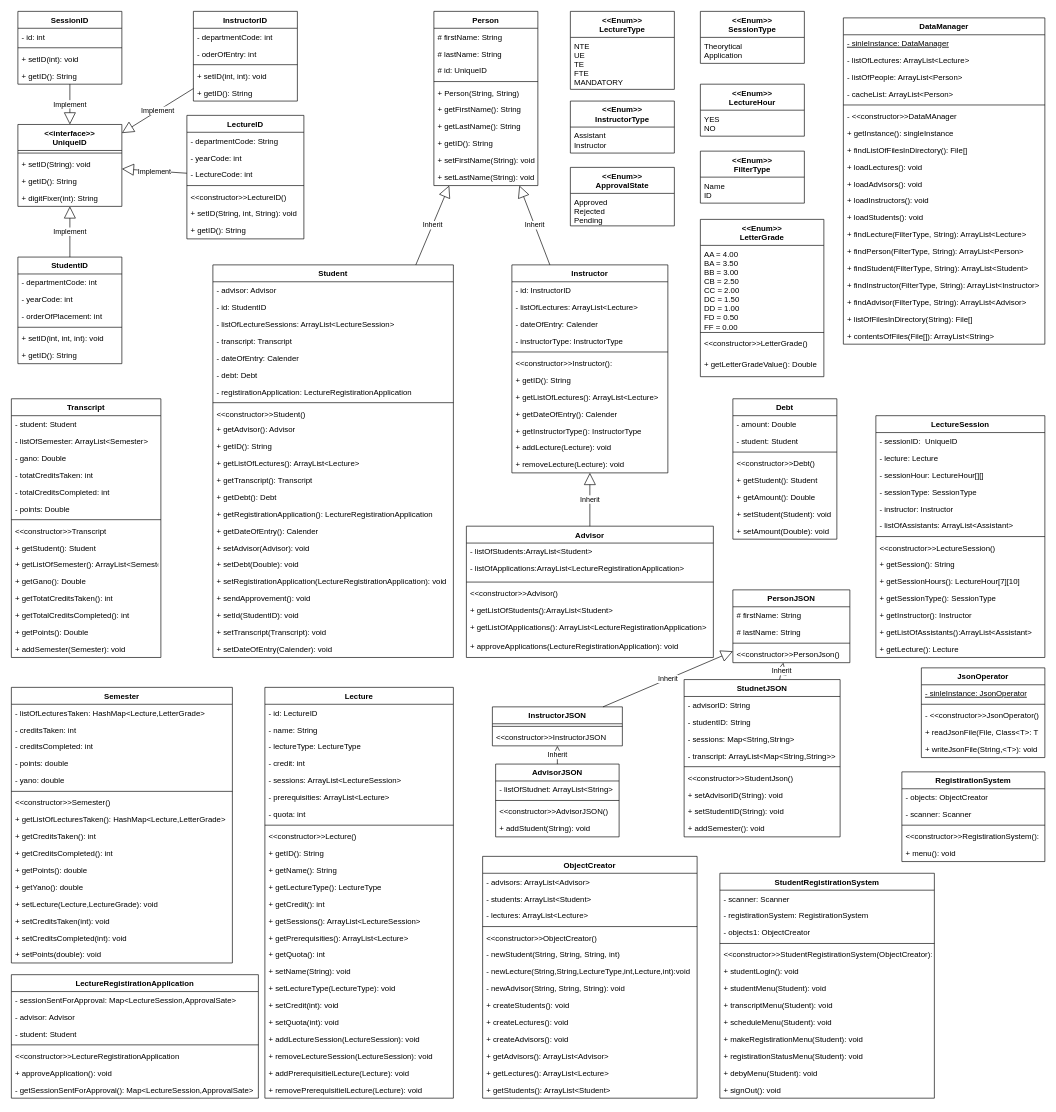
gitsametcan/CSE3063F22P1_GRP1 keeps this draw.io diagram as DCD(not completed).drawio. Above is the earlier version. Source tidied: cells renumbered, new cells numbered last; positions are measured from the earlier drawing's top-left corner, leaving out a move shared by most shapes. Both pictures are drawn from the tidied source at 65%, with x=0, y=0 at pixel (11, 11).
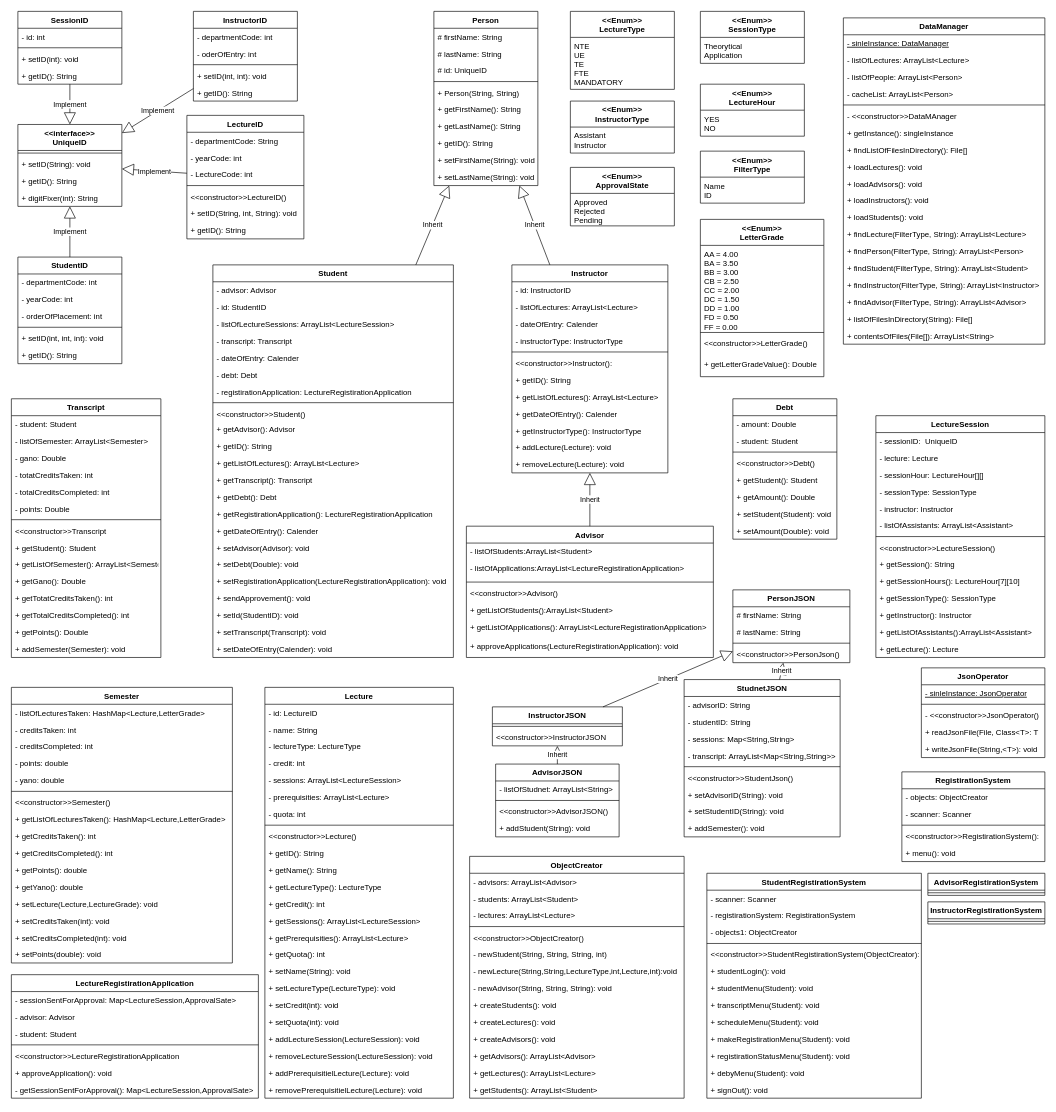
After the change.

Commit message (it also covers changes not shown here):
2 empty classes are added DCD

Change to the diagram source:
```diff
@@
     <mxCell id="255" value="ObjectCreator" style="swimlane;fontStyle=1;align=center;verticalAlign=top;horizontal=1;startSize=26;" parent="1" vertex="1">
-      <mxGeometry x="725" y="1300" width="330" height="372" as="geometry" />
+      <mxGeometry x="705" y="1300" width="330" height="372" as="geometry" />
     </mxCell>
@@
     <mxCell id="276" value="StudentRegistirationSystem" style="swimlane;fontStyle=1;align=center;verticalAlign=top;horizontal=1;startSize=26;" parent="1" vertex="1">
-      <mxGeometry x="1090" y="1326" width="330" height="346" as="geometry" />
+      <mxGeometry x="1070" y="1326" width="330" height="346" as="geometry" />
     </mxCell>
@@
+    <mxCell id="290" value="InstructorRegistirationSystem" style="swimlane;fontStyle=1;align=center;verticalAlign=top;horizontal=1;startSize=26;" parent="1" vertex="1">
+      <mxGeometry x="1410" y="1370" width="180" height="34" as="geometry" />
+    </mxCell>
+    <mxCell id="291" style="line;strokeWidth=1;fillColor=none;align=left;verticalAlign=middle;spacingTop=-1;spacingLeft=3;spacingRight=3;labelPosition=right;strokeColor=inherit;" parent="290" vertex="1">
+      <mxGeometry y="26" width="180" height="8" as="geometry" />
+    </mxCell>
+    <mxCell id="292" value="AdvisorRegistirationSystem" style="swimlane;fontStyle=1;align=center;verticalAlign=top;horizontal=1;startSize=26;" parent="1" vertex="1">
+      <mxGeometry x="1410" y="1326" width="180" height="34" as="geometry" />
+    </mxCell>
+    <mxCell id="293" style="line;strokeWidth=1;fillColor=none;align=left;verticalAlign=middle;spacingTop=-1;spacingLeft=3;spacingRight=3;labelPosition=right;strokeColor=inherit;" parent="292" vertex="1">
+      <mxGeometry y="26" width="180" height="8" as="geometry" />
+    </mxCell>
```
